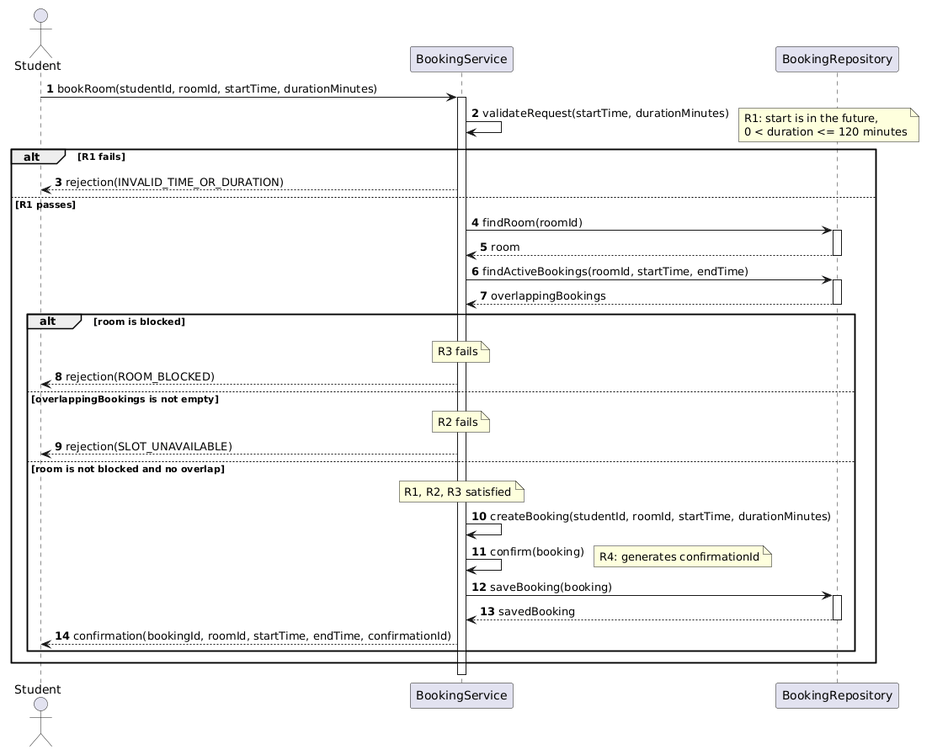
The PlantUML diagram week-04/models/img/sequence.png in RiceEnjoyer21/se-practice, before a commit.
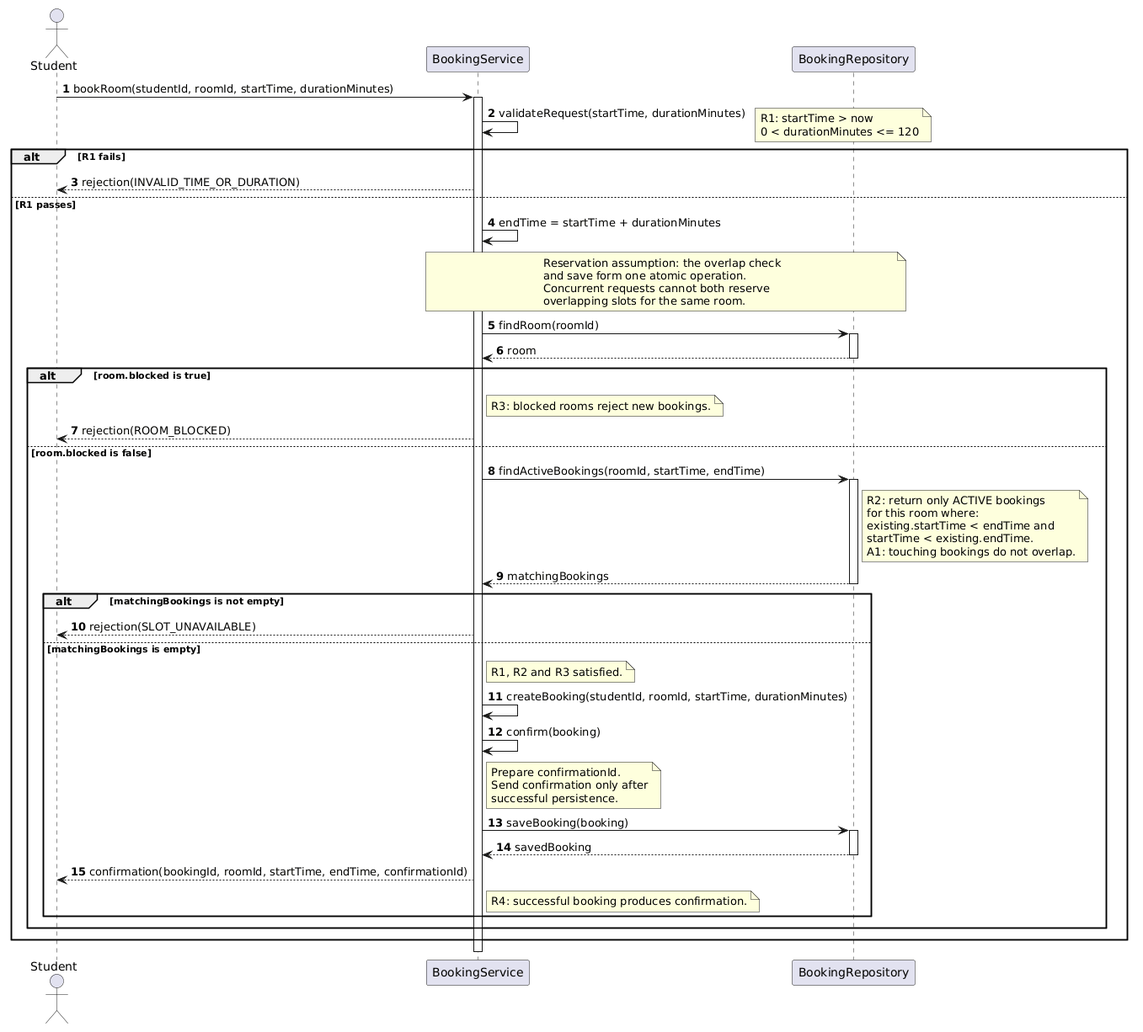
The same diagram one commit later.

The edit, as a diff of the source:
```diff
@@ -11,39 +11,67 @@
 
 BookingService -> BookingService : validateRequest(startTime, durationMinutes)
 note right
-  R1: start is in the future,
-  0 < duration <= 120 minutes
+  R1: startTime > now
+  0 < durationMinutes <= 120
 end note
 
 alt R1 fails
   BookingService --> Student : rejection(INVALID_TIME_OR_DURATION)
 else R1 passes
+  BookingService -> BookingService : endTime = startTime + durationMinutes
+
+  note over BookingService, BookingRepository
+    Reservation assumption: the overlap check
+    and save form one atomic operation.
+    Concurrent requests cannot both reserve
+    overlapping slots for the same room.
+  end note
+
   BookingService -> BookingRepository : findRoom(roomId)
   activate BookingRepository
   BookingRepository --> BookingService : room
   deactivate BookingRepository
 
-  BookingService -> BookingRepository : findActiveBookings(roomId, startTime, endTime)
-  activate BookingRepository
-  BookingRepository --> BookingService : overlappingBookings
-  deactivate BookingRepository
+  alt room.blocked is true
+    note right of BookingService : R3: blocked rooms reject new bookings.
+    BookingService --> Student : rejection(ROOM_BLOCKED)
+  else room.blocked is false
+    BookingService -> BookingRepository : findActiveBookings(roomId, startTime, endTime)
+    activate BookingRepository
 
-  alt room is blocked
-    note over BookingService : R3 fails
-    BookingService --> Student : rejection(ROOM_BLOCKED)
-  else overlappingBookings is not empty
-    note over BookingService : R2 fails
-    BookingService --> Student : rejection(SLOT_UNAVAILABLE)
-  else room is not blocked and no overlap
-    note over BookingService : R1, R2, R3 satisfied
-    BookingService -> BookingService : createBooking(studentId, roomId, startTime, durationMinutes)
-    BookingService -> BookingService : confirm(booking)
-    note right : R4: generates confirmationId
-    BookingService -> BookingRepository : saveBooking(booking)
-    activate BookingRepository
-    BookingRepository --> BookingService : savedBooking
+    note right of BookingRepository
+      R2: return only ACTIVE bookings
+      for this room where:
+      existing.startTime < endTime and
+      startTime < existing.endTime.
+      A1: touching bookings do not overlap.
+    end note
+
+    BookingRepository --> BookingService : matchingBookings
     deactivate BookingRepository
-    BookingService --> Student : confirmation(bookingId, roomId, startTime, endTime, confirmationId)
+
+    alt matchingBookings is not empty
+      BookingService --> Student : rejection(SLOT_UNAVAILABLE)
+    else matchingBookings is empty
+      note right of BookingService : R1, R2 and R3 satisfied.
+
+      BookingService -> BookingService : createBooking(studentId, roomId, startTime, durationMinutes)
+      BookingService -> BookingService : confirm(booking)
+
+      note right of BookingService
+        Prepare confirmationId.
+        Send confirmation only after
+        successful persistence.
+      end note
+
+      BookingService -> BookingRepository : saveBooking(booking)
+      activate BookingRepository
+      BookingRepository --> BookingService : savedBooking
+      deactivate BookingRepository
+
+      BookingService --> Student : confirmation(bookingId, roomId, startTime, endTime, confirmationId)
+      note right of BookingService : R4: successful booking produces confirmation.
+    end
   end
 end
 
```
